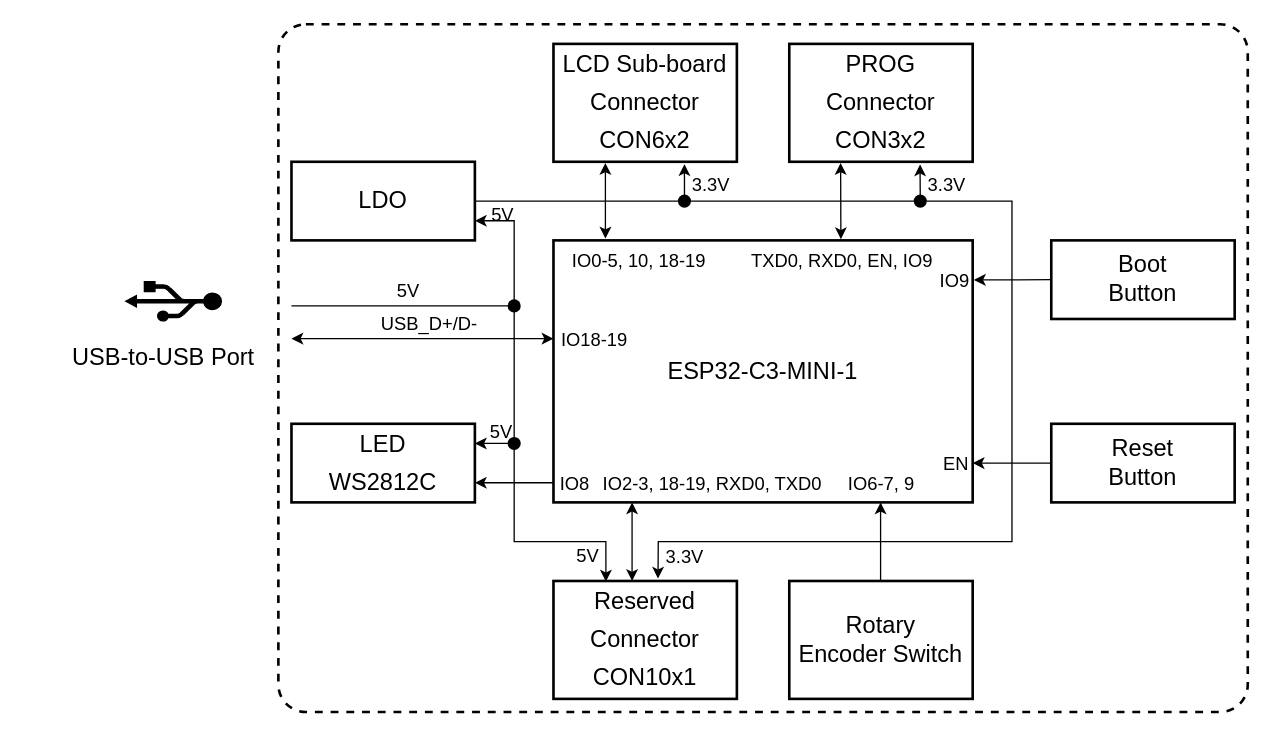
Above: c3/_static/block-diagram.drawio in Lzw655/esp32-s3-lcd-ev-baord-docs (draw.io), before the change. Source tidied: cells renumbered, new cells numbered last; positions are measured from the earlier drawing's top-left corner, leaving out a move shared by most shapes. Both pictures are drawn from the tidied source at 131%, with x=0, y=0 at pixel (22, 24).
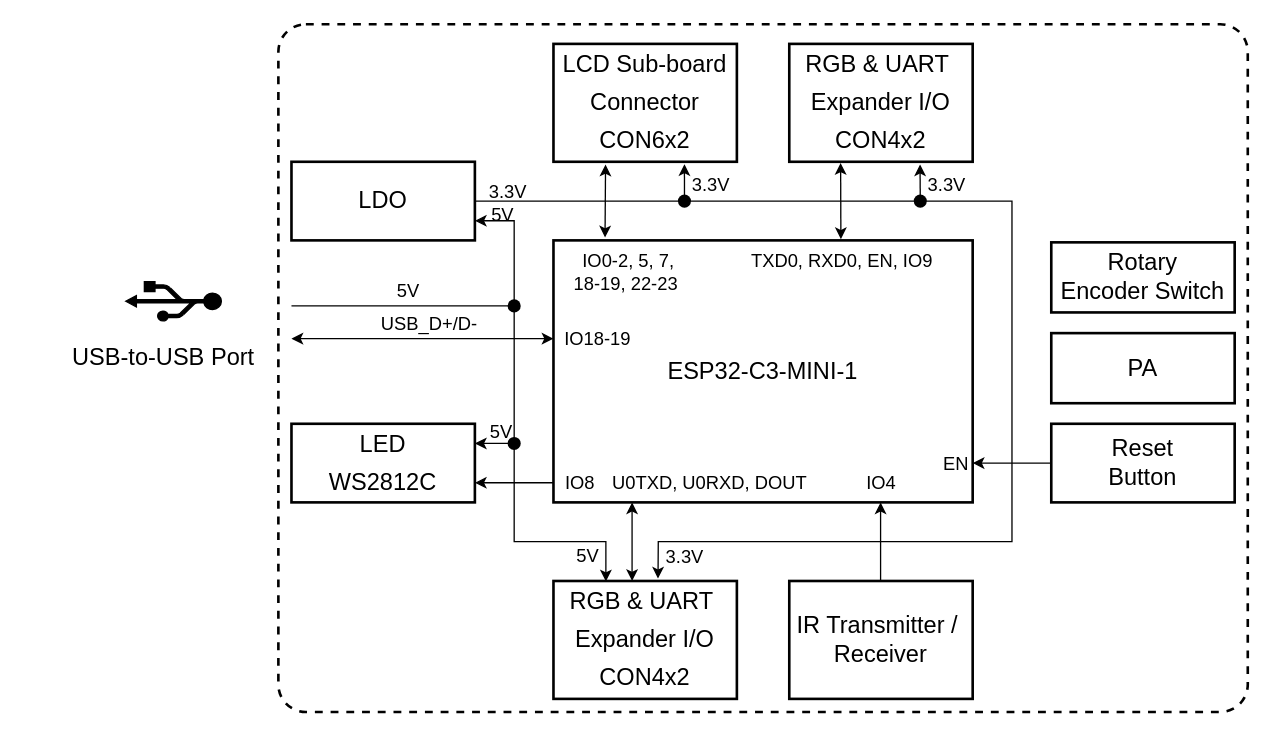
The same diagram, later.

The change refers to these unchanged cells:
```xml
<mxCell id="3" value="&lt;font style=&quot;font-size: 18px&quot;&gt;ESP32-C3-MINI-1&lt;/font&gt;" style="rounded=0;whiteSpace=wrap;html=1;fontColor=#000000;fillColor=#FFFFFF;strokeColor=#000000;strokeWidth=2;" parent="1" vertex="1">
  <mxGeometry x="405" y="165" width="320" height="200" as="geometry" />
</mxCell>
<mxCell id="11" value="&lt;font style=&quot;font-size: 18px ; line-height: 1.6&quot;&gt;LCD Sub-board Connector&lt;br&gt;CON6x2&lt;br&gt;&lt;/font&gt;" style="rounded=0;whiteSpace=wrap;html=1;fontColor=#000000;fillColor=#FFFFFF;strokeColor=#000000;strokeWidth=2;" parent="1" vertex="1">
  <mxGeometry x="405" y="15" width="140" height="90" as="geometry" />
</mxCell>
<mxCell id="25" style="endArrow=none;startArrow=classic;html=1;rounded=0;strokeColor=#000000;exitX=1;exitY=0.75;exitDx=0;exitDy=0;entryX=0;entryY=0.925;entryDx=0;entryDy=0;entryPerimeter=0;endFill=0;" parent="1" edge="1" source="6" target="3">
  <mxGeometry relative="1" as="geometry" />
</mxCell>
<mxCell id="35" style="endArrow=classic;startArrow=classic;html=1;rounded=0;fontSize=14;fontColor=#000000;strokeColor=#000000;" parent="1" edge="1">
  <mxGeometry relative="1" as="geometry">
    <mxPoint x="465" y="425" as="sourcePoint" />
    <mxPoint x="465" y="365" as="targetPoint" />
  </mxGeometry>
</mxCell>
<mxCell id="38" style="endArrow=classic;startArrow=none;html=1;rounded=0;fontSize=14;fontColor=#000000;strokeColor=#000000;startFill=0;" parent="1" edge="1">
  <mxGeometry relative="1" as="geometry">
    <mxPoint x="654.7" y="425" as="sourcePoint" />
    <mxPoint x="654.7" y="365" as="targetPoint" />
  </mxGeometry>
</mxCell>
```

Change to the diagram source:
```diff
@@
-    <mxCell id="8" value="&lt;font style=&quot;font-size: 18px&quot;&gt;Boot&lt;br&gt;Button&lt;br&gt;&lt;/font&gt;" style="rounded=0;whiteSpace=wrap;html=1;fillColor=#FFFFFF;strokeColor=#000000;fontColor=#000000;strokeWidth=2;" parent="1" vertex="1">
-      <mxGeometry x="785" y="165" width="140" height="60" as="geometry" />
-    </mxCell>
-    <mxCell id="9" value="&lt;font&gt;&lt;span style=&quot;font-size: 18px&quot;&gt;Rotary &lt;br&gt;Encoder Switch&lt;/span&gt;&lt;br&gt;&lt;/font&gt;" style="rounded=0;whiteSpace=wrap;html=1;fillColor=#FFFFFF;strokeColor=#000000;fontColor=#000000;strokeWidth=2;" parent="1" vertex="1">
-      <mxGeometry x="585" y="425" width="140" height="90" as="geometry" />
-    </mxCell>
-    <mxCell id="10" value="&lt;font style=&quot;font-size: 18px ; line-height: 1.6&quot;&gt;Reserved Connector&lt;br&gt;CON10x1&lt;br&gt;&lt;/font&gt;" style="rounded=0;whiteSpace=wrap;html=1;fontColor=#000000;fillColor=#FFFFFF;strokeColor=#000000;strokeWidth=2;" parent="1" vertex="1">
-      <mxGeometry x="405" y="425" width="140" height="90" as="geometry" />
-    </mxCell>
@@
-    <mxCell id="13" value="&lt;font style=&quot;font-size: 18px ; line-height: 1.6&quot;&gt;PROG &lt;br&gt;Connector&lt;br&gt;CON3x2&lt;br&gt;&lt;/font&gt;" style="rounded=0;whiteSpace=wrap;html=1;fontColor=#000000;fillColor=#FFFFFF;strokeColor=#000000;strokeWidth=2;" parent="1" vertex="1">
+    <mxCell id="13" value="&lt;font style=&quot;font-size: 18px ; line-height: 1.6&quot;&gt;RGB &amp;amp; UART&amp;nbsp;&lt;br&gt;Expander I/O&lt;br&gt;CON4x2&lt;br&gt;&lt;/font&gt;" style="rounded=0;whiteSpace=wrap;html=1;fontColor=#000000;fillColor=#FFFFFF;strokeColor=#000000;strokeWidth=2;" parent="1" vertex="1">
       <mxGeometry x="585" y="15" width="140" height="90" as="geometry" />
     </mxCell>
@@
-    <mxCell id="21" style="endArrow=classic;html=1;fontSize=18;fontColor=#000000;strokeColor=#000000;startArrow=classic;startFill=1;exitX=0.124;exitY=-0.007;exitDx=0;exitDy=0;exitPerimeter=0;entryX=0.283;entryY=1.01;entryDx=0;entryDy=0;entryPerimeter=0;" parent="1" edge="1" source="3" target="11">
+    <mxCell id="21" style="endArrow=classic;html=1;fontSize=18;fontColor=#000000;strokeColor=#000000;startArrow=classic;startFill=1;entryX=0.284;entryY=1.023;entryDx=0;entryDy=0;entryPerimeter=0;exitX=0.123;exitY=-0.011;exitDx=0;exitDy=0;exitPerimeter=0;" parent="1" edge="1" source="3" target="11">
       <mxGeometry relative="1" as="geometry" />
     </mxCell>
-    <mxCell id="22" value="&lt;span style=&quot;color: rgb(0 , 0 , 0) ; font-size: 14px&quot;&gt;IO0-5, 10, 18-19&lt;br&gt;&lt;/span&gt;" style="edgeLabel;html=1;align=center;verticalAlign=middle;labelBackgroundColor=none;" parent="21" vertex="1">
+    <mxCell id="22" value="&lt;span style=&quot;color: rgb(0 , 0 , 0) ; font-size: 14px&quot;&gt;IO0-2, 5, 7, &lt;br&gt;18-19, 22-23&amp;nbsp;&lt;br&gt;&lt;/span&gt;" style="edgeLabel;html=1;align=center;verticalAlign=middle;labelBackgroundColor=none;" parent="21" vertex="1">
       <mxGeometry x="0.09" y="1" relative="1" as="geometry">
-        <mxPoint x="26" y="48" as="offset" />
+        <mxPoint x="18" y="56" as="offset" />
       </mxGeometry>
     </mxCell>
@@
-    <mxCell id="26" value="IO8" style="edgeLabel;html=1;align=center;verticalAlign=middle;labelBackgroundColor=none;fontColor=#000000;fontSize=14;" parent="25" vertex="1">
-      <mxGeometry x="0.37" relative="1" as="geometry">
-        <mxPoint x="34" as="offset" />
-      </mxGeometry>
-    </mxCell>
-    <mxCell id="27" value="IO18-19" style="edgeLabel;html=1;align=center;verticalAlign=middle;labelBackgroundColor=none;fontColor=#000000;fontSize=14;" parent="1" vertex="1">
-      <mxGeometry x="435" y="248" as="geometry">
-        <mxPoint y="-8" as="offset" />
-      </mxGeometry>
-    </mxCell>
@@
-    <mxCell id="30" style="endArrow=classic;html=1;rounded=0;fontSize=14;fontColor=#000000;strokeColor=#000000;exitX=0;exitY=0.5;exitDx=0;exitDy=0;entryX=1.003;entryY=0.151;entryDx=0;entryDy=0;entryPerimeter=0;" parent="1" edge="1" source="8" target="3">
-      <mxGeometry relative="1" as="geometry" />
-    </mxCell>
-    <mxCell id="31" value="IO9" style="edgeLabel;html=1;align=center;verticalAlign=middle;fontSize=14;fontColor=#000000;labelBackgroundColor=none;" parent="30" vertex="1">
-      <mxGeometry x="0.23" y="-1" relative="1" as="geometry">
-        <mxPoint x="-38" y="1" as="offset" />
-      </mxGeometry>
-    </mxCell>
@@
-    <mxCell id="34" style="endArrow=classic;html=1;rounded=0;fontSize=14;fontColor=#000000;strokeColor=#000000;entryX=0.286;entryY=0.005;entryDx=0;entryDy=0;entryPerimeter=0;" parent="1" edge="1" target="10">
+    <mxCell id="34" style="endArrow=classic;html=1;rounded=0;fontSize=14;fontColor=#000000;strokeColor=#000000;entryX=0.286;entryY=0.005;entryDx=0;entryDy=0;entryPerimeter=0;" parent="1" edge="1">
       <mxGeometry relative="1" as="geometry">
         <mxPoint x="375" y="320" as="sourcePoint" />
+        <mxPoint x="445" y="425.4" as="targetPoint" />
         <Array as="points">
           <mxPoint x="375" y="395" />
           <mxPoint x="445" y="395" />
         </Array>
       </mxGeometry>
     </mxCell>
@@
-    <mxCell id="36" value="IO2-3, 18-19, RXD0, TXD0" style="edgeLabel;html=1;align=center;verticalAlign=middle;fontSize=14;fontColor=#000000;labelBackgroundColor=none;" parent="35" vertex="1">
-      <mxGeometry x="0.16" y="-1" relative="1" as="geometry">
-        <mxPoint x="59" y="-40" as="offset" />
-      </mxGeometry>
-    </mxCell>
-    <mxCell id="37" style="endArrow=classic;html=1;rounded=0;fontSize=14;fontColor=#000000;strokeColor=#000000;entryX=0.57;entryY=-0.02;entryDx=0;entryDy=0;entryPerimeter=0;" parent="1" edge="1" target="10">
+    <mxCell id="37" style="endArrow=classic;html=1;rounded=0;fontSize=14;fontColor=#000000;strokeColor=#000000;entryX=0.57;entryY=-0.02;entryDx=0;entryDy=0;entryPerimeter=0;" parent="1" edge="1">
       <mxGeometry relative="1" as="geometry">
         <mxPoint x="685" y="135" as="sourcePoint" />
+        <mxPoint x="484.8" y="423.2" as="targetPoint" />
         <Array as="points">
           <mxPoint x="755" y="135" />
           <mxPoint x="755" y="395" />
           <mxPoint x="485" y="395" />
         </Array>
       </mxGeometry>
     </mxCell>
@@
-    <mxCell id="39" value="IO6-7, 9" style="edgeLabel;html=1;align=center;verticalAlign=middle;fontSize=14;fontColor=#000000;labelBackgroundColor=none;" parent="38" vertex="1">
-      <mxGeometry x="0.16" y="-1" relative="1" as="geometry">
-        <mxPoint x="-1" y="-40" as="offset" />
-      </mxGeometry>
-    </mxCell>
@@
+    <mxCell id="50" value="&lt;span style=&quot;color: rgb(0 , 0 , 0) ; font-size: 14px&quot;&gt;3.3V&lt;/span&gt;" style="edgeLabel;html=1;align=center;verticalAlign=middle;labelBackgroundColor=none;" parent="1" vertex="1">
+      <mxGeometry x="375" y="125" as="geometry">
+        <mxPoint x="-6" y="2" as="offset" />
+      </mxGeometry>
+    </mxCell>
+    <mxCell id="51" value="&lt;font style=&quot;font-size: 18px ; line-height: 1.6&quot;&gt;RGB &amp;amp; UART&amp;nbsp;&lt;br&gt;Expander I/O&lt;br&gt;CON4x2&lt;br&gt;&lt;/font&gt;" style="rounded=0;whiteSpace=wrap;html=1;fontColor=#000000;fillColor=#FFFFFF;strokeColor=#000000;strokeWidth=2;" parent="1" vertex="1">
+      <mxGeometry x="405" y="425" width="140" height="90" as="geometry" />
+    </mxCell>
+    <mxCell id="52" value="&lt;span style=&quot;color: rgb(0 , 0 , 0) ; font-size: 14px&quot;&gt;&lt;br&gt;&lt;/span&gt;" style="edgeLabel;html=1;align=center;verticalAlign=middle;labelBackgroundColor=none;" parent="1" vertex="1">
+      <mxGeometry x="520" y="320" as="geometry" />
+    </mxCell>
+    <mxCell id="53" value="&lt;span style=&quot;color: rgb(0, 0, 0); font-size: 14px;&quot;&gt;U0TXD, U0RXD, DOUT&lt;/span&gt;" style="text;html=1;strokeColor=none;fillColor=none;align=center;verticalAlign=middle;whiteSpace=wrap;rounded=0;" parent="1" vertex="1">
+      <mxGeometry x="449" y="340" width="151" height="20" as="geometry" />
+    </mxCell>
+    <mxCell id="26" value="&lt;span style=&quot;color: rgb(0, 0, 0); font-size: 14px;&quot;&gt;IO8&lt;/span&gt;" style="text;html=1;strokeColor=none;fillColor=none;align=center;verticalAlign=middle;whiteSpace=wrap;rounded=0;" parent="1" vertex="1">
+      <mxGeometry x="408" y="340" width="35" height="20" as="geometry" />
+    </mxCell>
+    <mxCell id="27" value="&lt;span style=&quot;color: rgb(0, 0, 0); font-size: 14px;&quot;&gt;IO18-19&lt;/span&gt;" style="text;html=1;strokeColor=none;fillColor=none;align=center;verticalAlign=middle;whiteSpace=wrap;rounded=0;" parent="1" vertex="1">
+      <mxGeometry x="410" y="230" width="57.5" height="20" as="geometry" />
+    </mxCell>
+    <mxCell id="9" value="&lt;font&gt;&lt;span style=&quot;font-size: 18px&quot;&gt;Rotary &lt;br&gt;Encoder Switch&lt;/span&gt;&lt;br&gt;&lt;/font&gt;" style="rounded=0;whiteSpace=wrap;html=1;fillColor=#FFFFFF;strokeColor=#000000;fontColor=#000000;strokeWidth=2;" parent="1" vertex="1">
+      <mxGeometry x="785" y="166.5" width="140" height="53.5" as="geometry" />
+    </mxCell>
+    <mxCell id="54" value="&lt;font&gt;&lt;span style=&quot;font-size: 18px;&quot;&gt;PA&lt;/span&gt;&lt;br&gt;&lt;/font&gt;" style="rounded=0;whiteSpace=wrap;html=1;fillColor=#FFFFFF;strokeColor=#000000;fontColor=#000000;strokeWidth=2;" parent="1" vertex="1">
+      <mxGeometry x="785" y="235.8" width="140" height="53.5" as="geometry" />
+    </mxCell>
+    <mxCell id="55" value="&lt;div style=&quot;&quot;&gt;&lt;span style=&quot;font-size: 18px; background-color: initial;&quot;&gt;IR Transmitter /&amp;nbsp;&lt;/span&gt;&lt;/div&gt;&lt;div style=&quot;&quot;&gt;&lt;span style=&quot;font-size: 18px;&quot;&gt;Receiver&lt;/span&gt;&lt;/div&gt;" style="rounded=0;whiteSpace=wrap;html=1;fontColor=#000000;fillColor=#FFFFFF;strokeColor=#000000;strokeWidth=2;align=center;" parent="1" vertex="1">
+      <mxGeometry x="585" y="425" width="140" height="90" as="geometry" />
+    </mxCell>
+    <mxCell id="56" value="&lt;font color=&quot;#000000&quot;&gt;&lt;span style=&quot;font-size: 14px;&quot;&gt;IO4&lt;/span&gt;&lt;/font&gt;" style="text;html=1;strokeColor=none;fillColor=none;align=center;verticalAlign=middle;whiteSpace=wrap;rounded=0;" parent="1" vertex="1">
+      <mxGeometry x="624.8" y="340" width="60.5" height="20" as="geometry" />
+    </mxCell>
```
